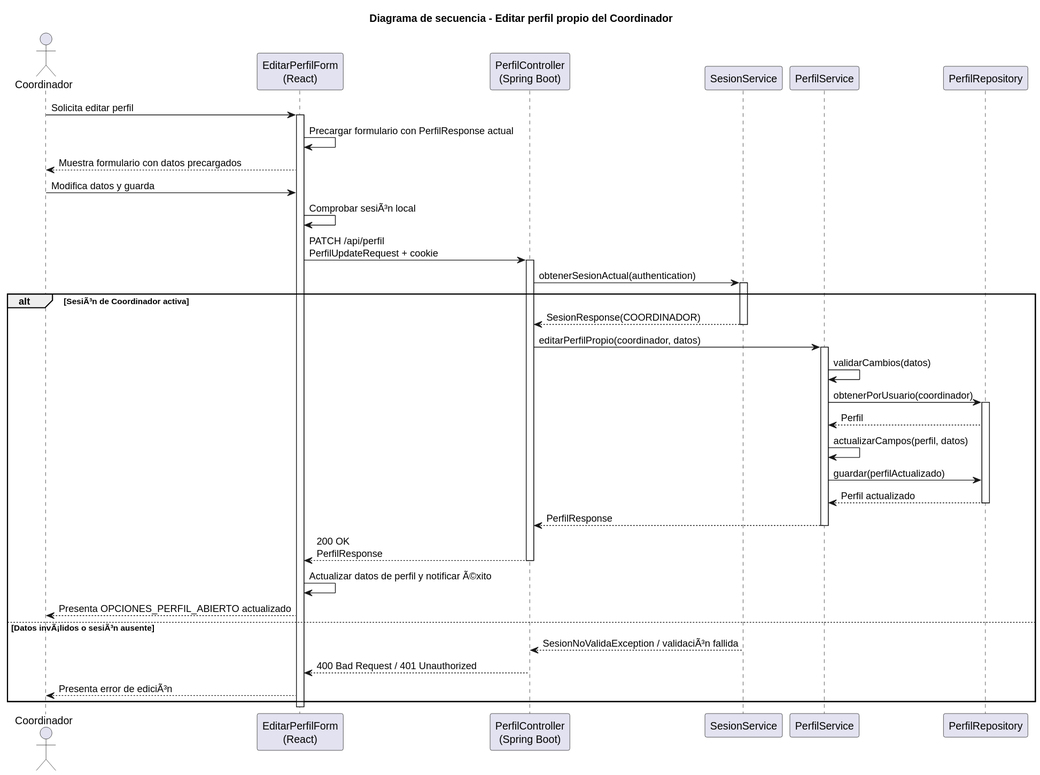
Above: images/RUP/02-diseño/casos-uso/coordinador/editarPerfil/secuencia.svg in beatriizorozco/25-26-idsw2-sdVC (PlantUML), before the change.
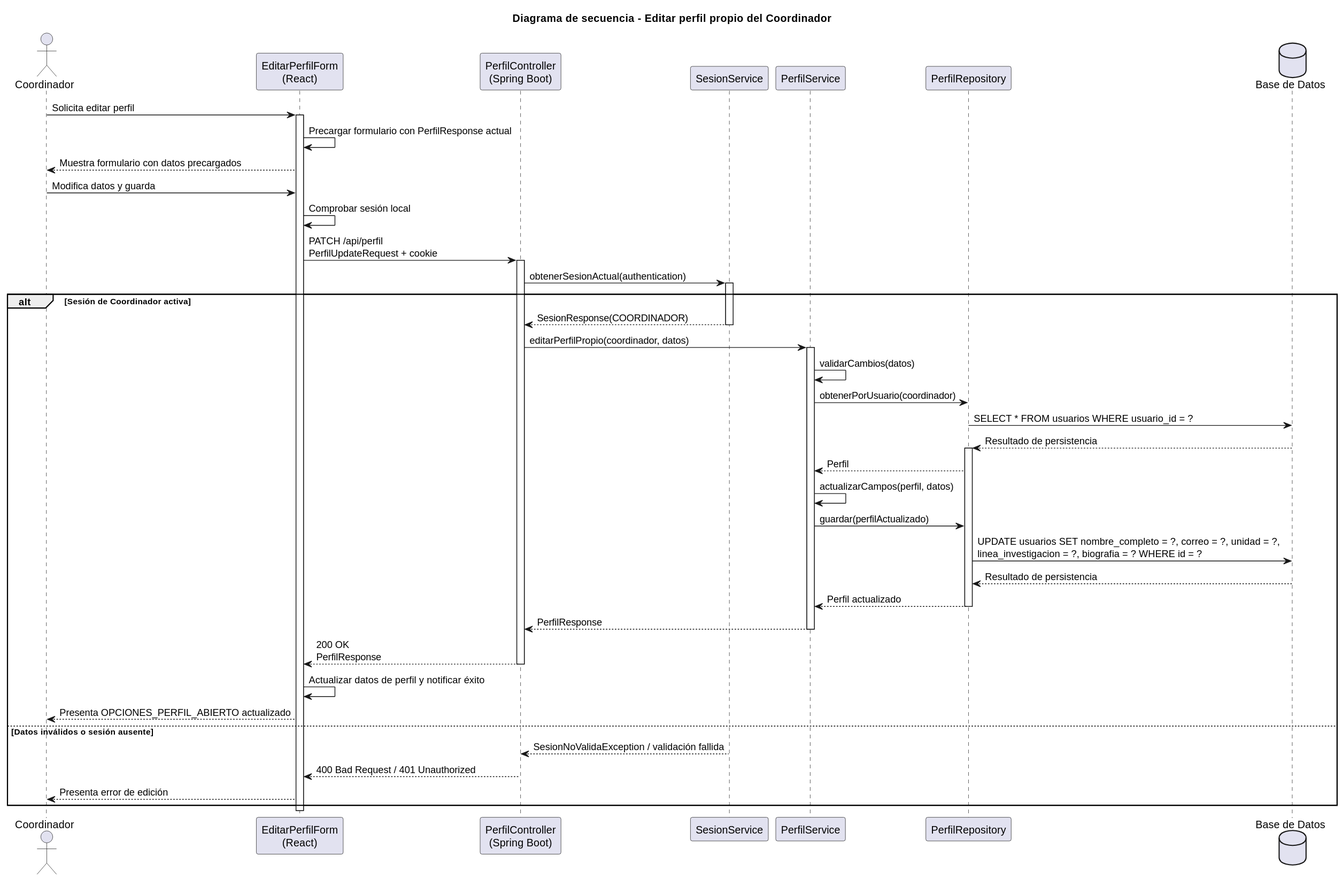
After the change.

Diff of the diagram source:
```diff
@@ -7,42 +7,47 @@
 participant "SesionService" as Sesion
 participant "PerfilService" as PerfilService
 participant "PerfilRepository" as PerfilRepository
+database "Base de Datos" as DB
 
 Coordinador -> Frontend: Solicita editar perfil
 activate Frontend
 Frontend -> Frontend: Precargar formulario con PerfilResponse actual
 Frontend --> Coordinador: Muestra formulario con datos precargados
 Coordinador -> Frontend: Modifica datos y guarda
-Frontend -> Frontend: Comprobar sesiÃ³n local
+Frontend -> Frontend: Comprobar sesión local
 Frontend -> Api: PATCH /api/perfil\nPerfilUpdateRequest + cookie
 activate Api
 Api -> Sesion: obtenerSesionActual(authentication)
 activate Sesion
-alt SesiÃ³n de Coordinador activa
+alt Sesión de Coordinador activa
     Sesion --> Api: SesionResponse(COORDINADOR)
     deactivate Sesion
     Api -> PerfilService: editarPerfilPropio(coordinador, datos)
     activate PerfilService
     PerfilService -> PerfilService: validarCambios(datos)
     PerfilService -> PerfilRepository: obtenerPorUsuario(coordinador)
+    PerfilRepository -> DB: SELECT * FROM usuarios WHERE usuario_id = ?
+    DB --> PerfilRepository: Resultado de persistencia
     activate PerfilRepository
     PerfilRepository --> PerfilService: Perfil
     PerfilService -> PerfilService: actualizarCampos(perfil, datos)
     PerfilService -> PerfilRepository: guardar(perfilActualizado)
+    PerfilRepository -> DB: UPDATE usuarios SET nombre_completo = ?, correo = ?, unidad = ?,\nlinea_investigacion = ?, biografia = ? WHERE id = ?
+    DB --> PerfilRepository: Resultado de persistencia
     PerfilRepository --> PerfilService: Perfil actualizado
     deactivate PerfilRepository
     PerfilService --> Api: PerfilResponse
     deactivate PerfilService
     Api --> Frontend: 200 OK\nPerfilResponse
     deactivate Api
-    Frontend -> Frontend: Actualizar datos de perfil y notificar Ã©xito
+    Frontend -> Frontend: Actualizar datos de perfil y notificar éxito
     Frontend --> Coordinador: Presenta OPCIONES_PERFIL_ABIERTO actualizado
-else Datos invÃ¡lidos o sesiÃ³n ausente
-    Sesion --> Api: SesionNoValidaException / validaciÃ³n fallida
+else Datos inválidos o sesión ausente
+    Sesion --> Api: SesionNoValidaException / validación fallida
     deactivate Sesion
     Api --> Frontend: 400 Bad Request / 401 Unauthorized
     deactivate Api
-    Frontend --> Coordinador: Presenta error de ediciÃ³n
+    Frontend --> Coordinador: Presenta error de edición
 end
 deactivate Frontend
 @enduml
```
